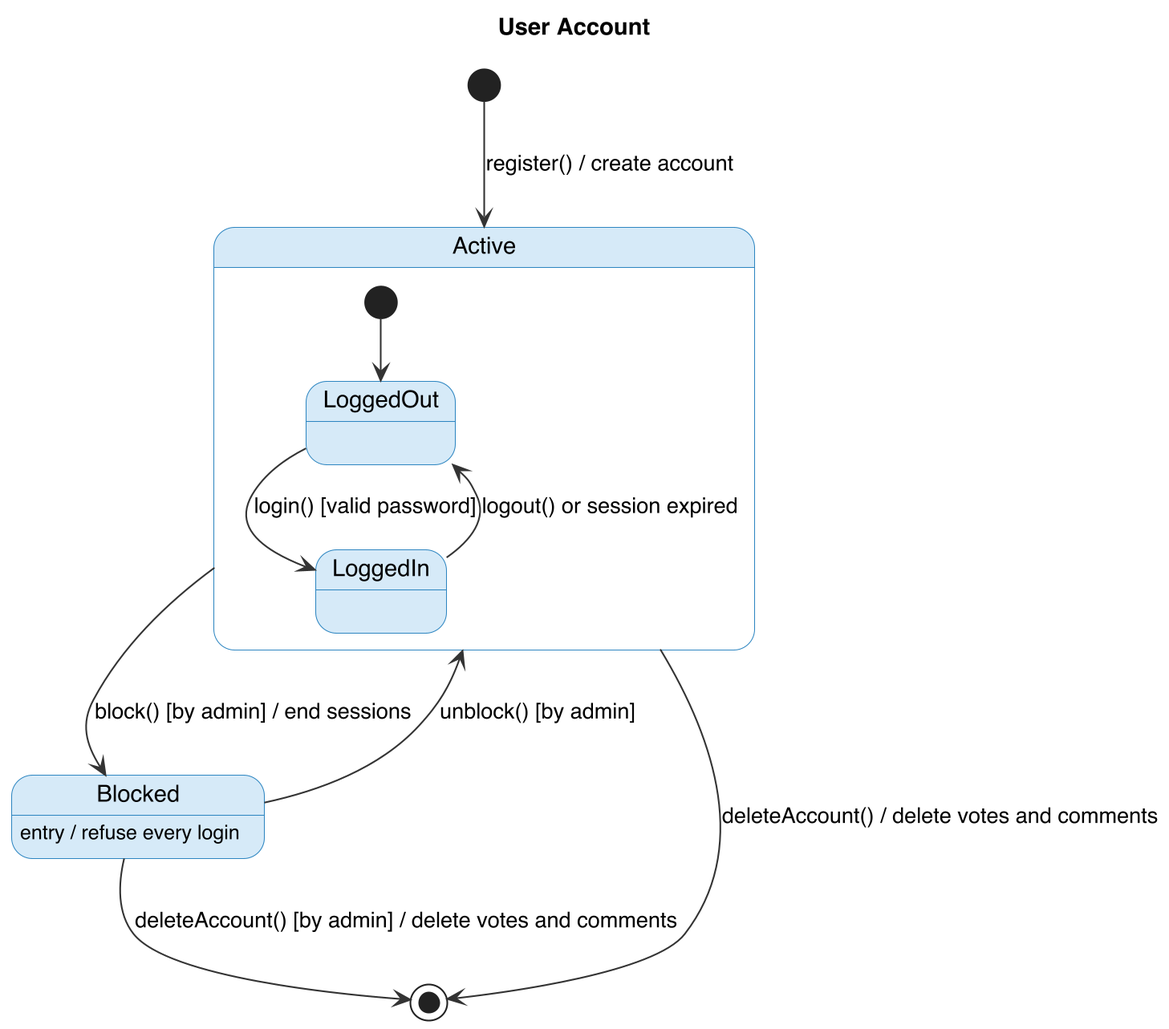
This is docs/SDD/figures/account-state.png from valgempp/Software-Engineering-Project, a PlantUML export, as it was before one commit. Its source is kept beside it as docs/SDD/figures/account-state.puml. The source it was exported from:
```plantuml
@startuml
!include style.iuml
skinparam StateBackgroundColor #D6EAF8
skinparam StateBorderColor #2E86C1
title User Account
[*] --> Active : register() / create account
state Active {
  [*] --> LoggedOut
  LoggedOut --> LoggedIn : login() [valid password]
  LoggedIn --> LoggedOut : logout() or session expired
}
Active --> Blocked : block() [by admin] / end sessions
Blocked --> Active : unblock() [by admin]
Blocked : entry / refuse every login
Active --> [*] : deleteAccount() / delete votes and comments
Blocked --> [*] : deleteAccount() [by admin] / delete votes and comments
@enduml
```
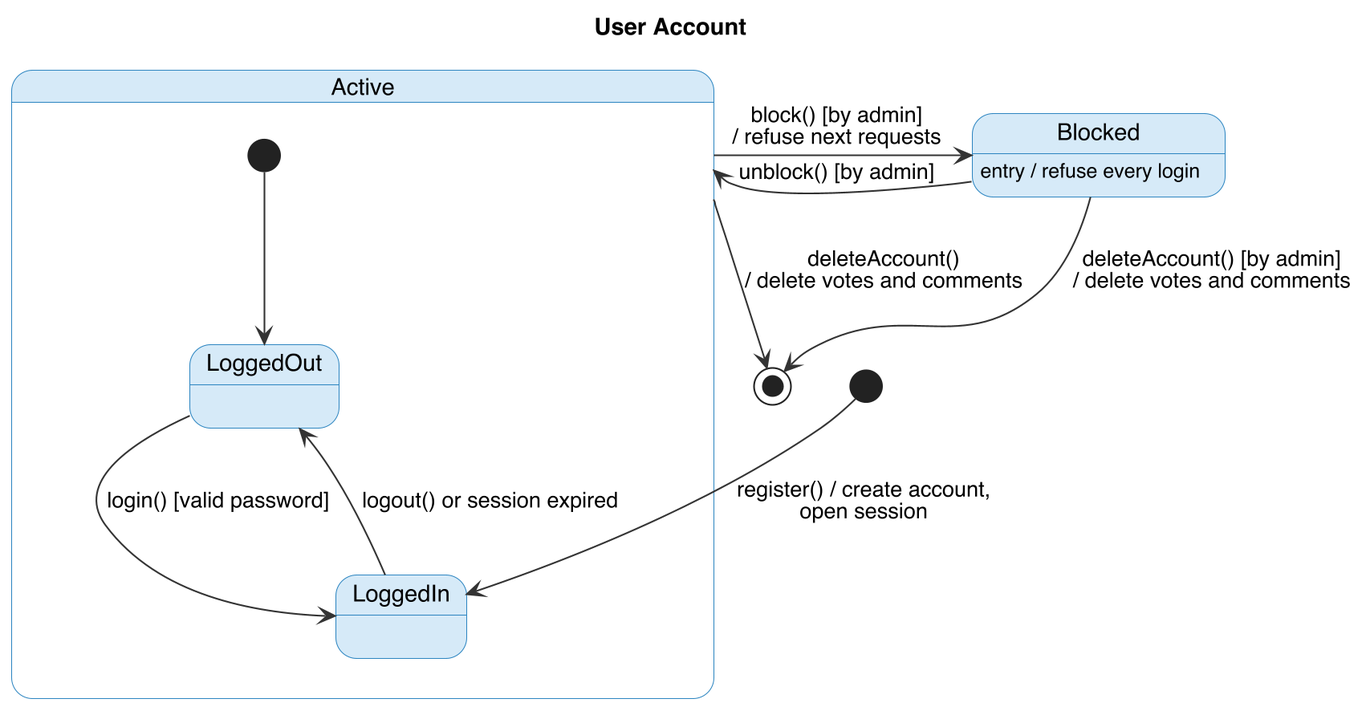
The same diagram one commit later.

Change to the diagram source:
```diff
@@ -3,15 +3,17 @@
 skinparam StateBackgroundColor #D6EAF8
 skinparam StateBorderColor #2E86C1
 title User Account
-[*] --> Active : register() / create account
 state Active {
+  state LoggedOut
+  state LoggedIn
   [*] --> LoggedOut
   LoggedOut --> LoggedIn : login() [valid password]
   LoggedIn --> LoggedOut : logout() or session expired
 }
-Active --> Blocked : block() [by admin] / end sessions
-Blocked --> Active : unblock() [by admin]
-Blocked : entry / refuse every login
-Active --> [*] : deleteAccount() / delete votes and comments
-Blocked --> [*] : deleteAccount() [by admin] / delete votes and comments
+state Blocked : entry / refuse every login
+[*] --> LoggedIn : register() / create account,\nopen session
+Active -right-> Blocked : block() [by admin]\n/ refuse next requests
+Blocked -left-> Active : unblock() [by admin]
+Active --> [*] : deleteAccount()\n/ delete votes and comments
+Blocked --> [*] : deleteAccount() [by admin]\n/ delete votes and comments
 @enduml
```
